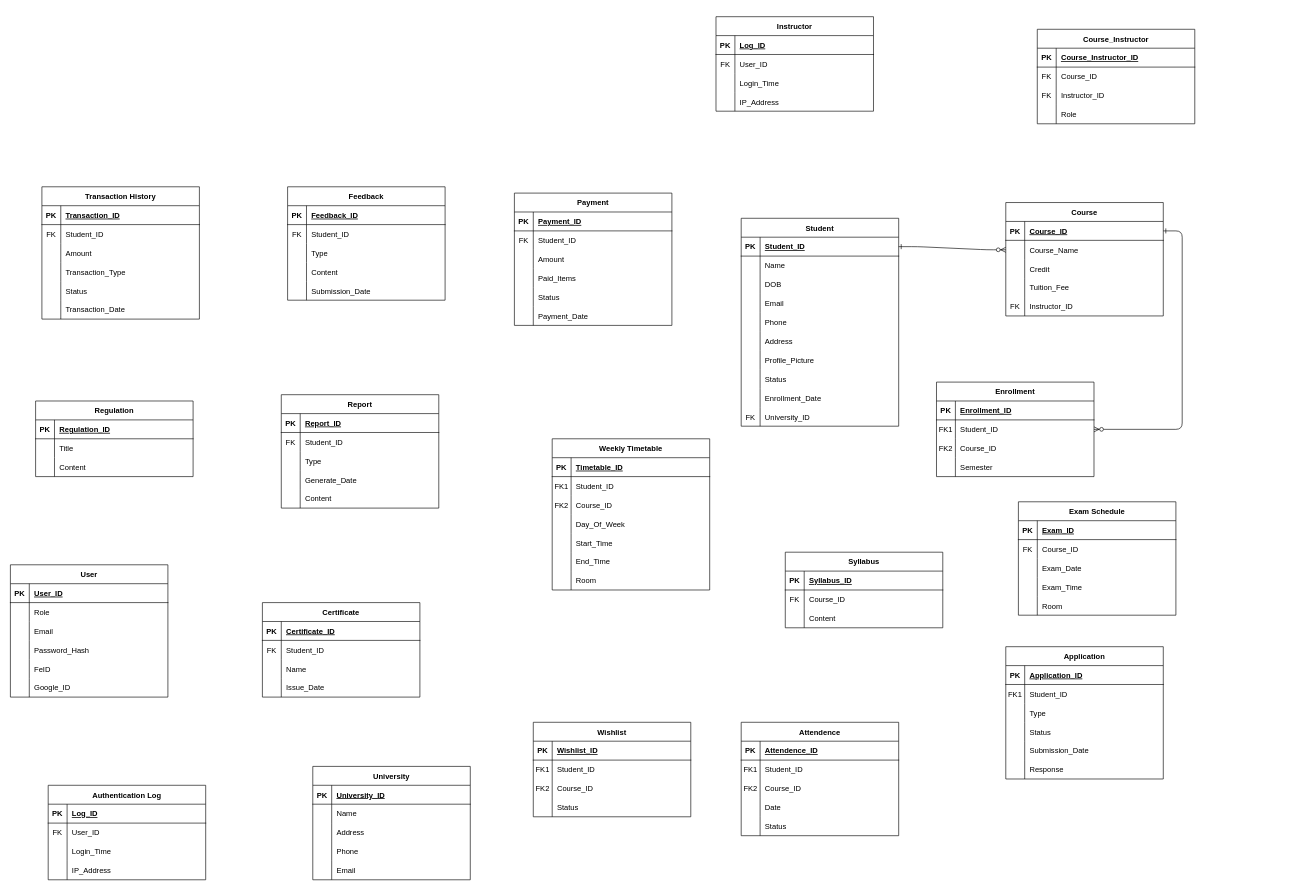
This is fap.fpt.edu.vn.drawio from QuanTran05/ERD, a draw.io file, before an edit. Source tidied: cells renumbered, new cells numbered last; positions are measured from the earlier drawing's top-left corner, leaving out a move shared by most shapes. Both pictures are drawn from the tidied source at 63%, with x=0, y=0 at pixel (10, 16).
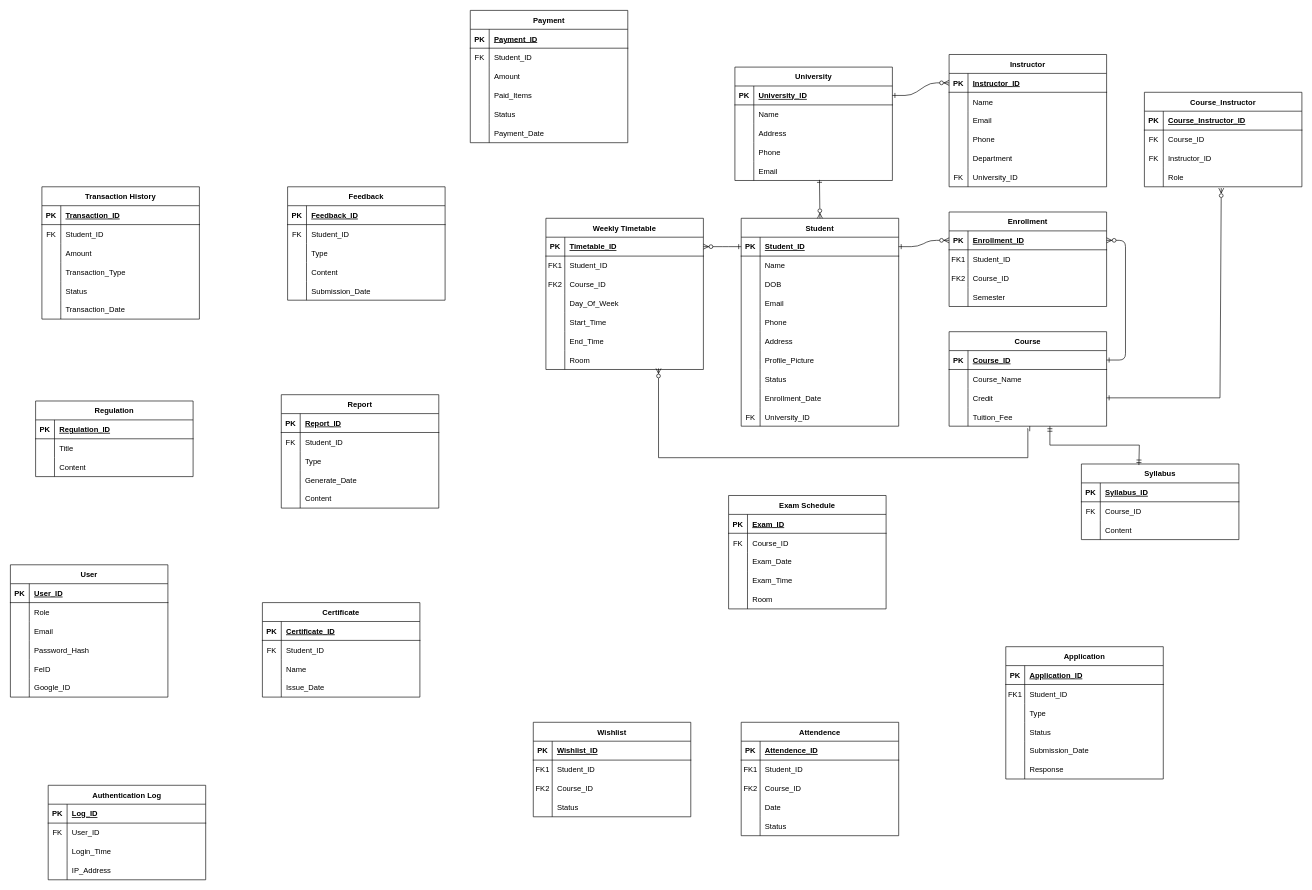
Above is the later version.

Unchanged cells that the change refers to:
```xml
<mxCell id="5" style="shape=partialRectangle;fillColor=none;points=[[0,0.5],[1,0.5]];portConstraint=eastwest;top=0;left=0;right=0;bottom=1;" parent="4" vertex="1">
  <mxGeometry y="30" width="250" height="30" as="geometry" />
</mxCell>
<mxCell id="8" style="shape=partialRectangle;fillColor=none;points=[[0,0.5],[1,0.5]];portConstraint=eastwest;top=0;left=0;right=0;bottom=0;" parent="4" vertex="1">
  <mxGeometry y="60" width="250" height="30" as="geometry" />
</mxCell>
<mxCell id="11" style="shape=partialRectangle;fillColor=none;points=[[0,0.5],[1,0.5]];portConstraint=eastwest;top=0;left=0;right=0;bottom=0;" parent="4" vertex="1">
  <mxGeometry y="90" width="250" height="30" as="geometry" />
</mxCell>
<mxCell id="14" style="shape=partialRectangle;fillColor=none;points=[[0,0.5],[1,0.5]];portConstraint=eastwest;top=0;left=0;right=0;bottom=0;" parent="4" vertex="1">
  <mxGeometry y="120" width="250" height="30" as="geometry" />
</mxCell>
<mxCell id="21" style="shape=partialRectangle;fillColor=none;points=[[0,0.5],[1,0.5]];portConstraint=eastwest;top=0;left=0;right=0;bottom=1;" parent="20" vertex="1">
  <mxGeometry y="30" width="250" height="30" as="geometry" />
</mxCell>
<mxCell id="24" style="shape=partialRectangle;fillColor=none;points=[[0,0.5],[1,0.5]];portConstraint=eastwest;top=0;left=0;right=0;bottom=0;" parent="20" vertex="1">
  <mxGeometry y="60" width="250" height="30" as="geometry" />
</mxCell>
<mxCell id="33" value="Student" style="shape=table;startSize=30;childLayout=tableLayout;rowLines=0;fontStyle=1;align=center;" parent="1" vertex="1">
  <mxGeometry x="1160" y="320" width="250" height="330" as="geometry" />
</mxCell>
<mxCell id="34" style="shape=partialRectangle;fillColor=none;points=[[0,0.5],[1,0.5]];portConstraint=eastwest;top=0;left=0;right=0;bottom=1;" parent="33" vertex="1">
  <mxGeometry y="30" width="250" height="30" as="geometry" />
</mxCell>
<mxCell id="65" style="shape=partialRectangle;fillColor=none;points=[[0,0.5],[1,0.5]];portConstraint=eastwest;top=0;left=0;right=0;bottom=1;" parent="64" vertex="1">
  <mxGeometry y="30" width="250" height="30" as="geometry" />
</mxCell>
<mxCell id="83" style="shape=partialRectangle;fillColor=none;points=[[0,0.5],[1,0.5]];portConstraint=eastwest;top=0;left=0;right=0;bottom=0;" parent="64" vertex="1">
  <mxGeometry y="210" width="250" height="30" as="geometry" />
</mxCell>
<mxCell id="286" style="shape=partialRectangle;fillColor=none;points=[[0,0.5],[1,0.5]];portConstraint=eastwest;top=0;left=0;right=0;bottom=1;" parent="285" vertex="1">
  <mxGeometry y="30" width="250" height="30" as="geometry" />
</mxCell>
<mxCell id="298" style="shape=partialRectangle;fillColor=none;points=[[0,0.5],[1,0.5]];portConstraint=eastwest;top=0;left=0;right=0;bottom=0;" parent="285" vertex="1">
  <mxGeometry y="150" width="250" height="30" as="geometry" />
</mxCell>
<mxCell id="302" style="shape=partialRectangle;fillColor=none;points=[[0,0.5],[1,0.5]];portConstraint=eastwest;top=0;left=0;right=0;bottom=1;" parent="301" vertex="1">
  <mxGeometry y="30" width="250" height="30" as="geometry" />
</mxCell>
<mxCell id="305" style="shape=partialRectangle;fillColor=none;top=0;left=0;right=0;bottom=0;" parent="301" vertex="1">
  <mxGeometry y="60" width="250" height="30" as="geometry" />
</mxCell>
<mxCell id="308" style="shape=partialRectangle;fillColor=none;top=0;left=0;right=0;bottom=0;" parent="301" vertex="1">
  <mxGeometry y="90" width="250" height="30" as="geometry" />
</mxCell>
<mxCell id="311" style="shape=partialRectangle;fillColor=none;top=0;left=0;right=0;bottom=0;" parent="301" vertex="1">
  <mxGeometry y="120" width="250" height="30" as="geometry" />
</mxCell>
<mxCell id="324" style="shape=partialRectangle;fillColor=none;points=[[0,0.5],[1,0.5]];portConstraint=eastwest;top=0;left=0;right=0;bottom=0;" parent="314" vertex="1">
  <mxGeometry y="120" width="250" height="30" as="geometry" />
</mxCell>
```

Change to the diagram source:
```diff
@@
-    <mxCell id="2" style="edgeStyle=entityRelationEdgeStyle;endArrow=ERzeroToMany;startArrow=ERone;endFill=1;startFill=0;" parent="1" edge="1" source="34" target="8">
-      <mxGeometry relative="1" as="geometry" />
+    <mxCell id="2" style="edgeStyle=entityRelationEdgeStyle;endArrow=ERzeroToMany;startArrow=ERone;endFill=1;startFill=0;exitX=1;exitY=0.5;exitDx=0;exitDy=0;entryX=0;entryY=0.5;entryDx=0;entryDy=0;" parent="1" edge="1" source="34" target="21">
+      <mxGeometry relative="1" as="geometry">
+        <Array as="points">
+          <mxPoint x="1470" y="558" />
+        </Array>
+      </mxGeometry>
     </mxCell>
-    <mxCell id="3" style="edgeStyle=entityRelationEdgeStyle;endArrow=ERzeroToMany;startArrow=ERone;endFill=1;startFill=0;" parent="1" edge="1" source="5" target="24">
+    <mxCell id="3" style="edgeStyle=entityRelationEdgeStyle;endArrow=ERzeroToMany;startArrow=ERone;endFill=1;startFill=0;entryX=1;entryY=0.5;entryDx=0;entryDy=0;" parent="1" edge="1" source="5" target="21">
       <mxGeometry relative="1" as="geometry" />
     </mxCell>
     <mxCell id="4" value="Course" style="shape=table;startSize=30;childLayout=tableLayout;rowLines=0;fontStyle=1;align=center;" parent="1" vertex="1">
-      <mxGeometry x="1580" y="295" width="250" height="180" as="geometry" />
+      <mxGeometry x="1490" y="500" width="250" height="150" as="geometry" />
     </mxCell>
@@
-    <mxCell id="17" style="shape=partialRectangle;fillColor=none;top=0;left=0;right=0;bottom=0;" parent="4" vertex="1">
-      <mxGeometry y="150" width="250" height="30" as="geometry" />
-    </mxCell>
-    <mxCell id="18" value="FK" style="shape=partialRectangle;overflow=hidden;fillColor=none;top=0;left=0;bottom=0;right=0;" parent="17" vertex="1">
-      <mxGeometry width="30" height="30" as="geometry" />
-    </mxCell>
-    <mxCell id="19" value="Instructor_ID" style="shape=partialRectangle;overflow=hidden;fillColor=none;top=0;left=0;bottom=0;right=0;align=left;spacingLeft=6;" parent="17" vertex="1">
-      <mxGeometry x="30" width="220" height="30" as="geometry" />
-    </mxCell>
     <mxCell id="20" value="Enrollment" style="shape=table;startSize=30;childLayout=tableLayout;rowLines=0;fontStyle=1;align=center;" parent="1" vertex="1">
-      <mxGeometry x="1470" y="580" width="250" height="150" as="geometry" />
+      <mxGeometry x="1490" y="310" width="250" height="150" as="geometry" />
     </mxCell>
@@
     <mxCell id="64" value="Weekly Timetable" style="shape=table;startSize=30;childLayout=tableLayout;rowLines=0;fontStyle=1;align=center;" parent="1" vertex="1">
-      <mxGeometry x="860" y="670" width="250" height="240" as="geometry" />
+      <mxGeometry x="850" y="320" width="250" height="240" as="geometry" />
     </mxCell>
@@
     <mxCell id="86" value="Exam Schedule" style="shape=table;startSize=30;childLayout=tableLayout;rowLines=0;fontStyle=1;align=center;" parent="1" vertex="1">
-      <mxGeometry x="1600" y="770" width="250" height="180" as="geometry" />
+      <mxGeometry x="1140" y="760" width="250" height="180" as="geometry" />
     </mxCell>
@@
     <mxCell id="102" value="Syllabus" style="shape=table;startSize=30;childLayout=tableLayout;rowLines=0;fontStyle=1;align=center;" parent="1" vertex="1">
-      <mxGeometry x="1230" y="850" width="250" height="120" as="geometry" />
+      <mxGeometry x="1700" y="710" width="250" height="120" as="geometry" />
     </mxCell>
@@
     <mxCell id="147" value="Payment" style="shape=table;startSize=30;childLayout=tableLayout;rowLines=0;fontStyle=1;align=center;" parent="1" vertex="1">
-      <mxGeometry x="800" y="280" width="250" height="210" as="geometry" />
+      <mxGeometry x="730" y="-10" width="250" height="210" as="geometry" />
     </mxCell>
@@
     <mxCell id="285" value="University" style="shape=table;startSize=30;childLayout=tableLayout;rowLines=0;fontStyle=1;align=center;" parent="1" vertex="1">
-      <mxGeometry x="480" y="1190" width="250" height="180" as="geometry" />
+      <mxGeometry x="1150" y="80" width="250" height="180" as="geometry" />
     </mxCell>
@@
     <mxCell id="301" value="Instructor" style="shape=table;startSize=30;childLayout=tableLayout;rowLines=0;fontStyle=1;align=center;" parent="1" vertex="1">
-      <mxGeometry x="1120" width="250" height="150" as="geometry" />
+      <mxGeometry x="1490" y="60" width="250" height="210" as="geometry" />
     </mxCell>
@@
-    <mxCell id="304" value="Log_ID" style="shape=partialRectangle;overflow=hidden;fillColor=none;top=0;left=0;bottom=0;right=0;align=left;spacingLeft=6;fontStyle=5;" parent="302" vertex="1">
+    <mxCell id="304" value="Instructor_ID" style="shape=partialRectangle;overflow=hidden;fillColor=none;top=0;left=0;bottom=0;right=0;align=left;spacingLeft=6;fontStyle=5;" parent="302" vertex="1">
       <mxGeometry x="30" width="220" height="30" as="geometry" />
     </mxCell>
@@
-    <mxCell id="306" value="FK" style="shape=partialRectangle;overflow=hidden;fillColor=none;top=0;left=0;bottom=0;right=0;" parent="305" vertex="1">
+    <mxCell id="306" style="shape=partialRectangle;overflow=hidden;fillColor=none;top=0;left=0;bottom=0;right=0;" parent="305" vertex="1">
       <mxGeometry width="30" height="30" as="geometry" />
     </mxCell>
-    <mxCell id="307" value="User_ID" style="shape=partialRectangle;overflow=hidden;fillColor=none;top=0;left=0;bottom=0;right=0;align=left;spacingLeft=6;" parent="305" vertex="1">
+    <mxCell id="307" value="Name" style="shape=partialRectangle;overflow=hidden;fillColor=none;top=0;left=0;bottom=0;right=0;align=left;spacingLeft=6;" parent="305" vertex="1">
       <mxGeometry x="30" width="220" height="30" as="geometry" />
     </mxCell>
@@
-    <mxCell id="310" value="Login_Time" style="shape=partialRectangle;overflow=hidden;fillColor=none;top=0;left=0;bottom=0;right=0;align=left;spacingLeft=6;" parent="308" vertex="1">
+    <mxCell id="310" value="Email" style="shape=partialRectangle;overflow=hidden;fillColor=none;top=0;left=0;bottom=0;right=0;align=left;spacingLeft=6;" parent="308" vertex="1">
       <mxGeometry x="30" width="220" height="30" as="geometry" />
     </mxCell>
@@
-    <mxCell id="313" value="IP_Address" style="shape=partialRectangle;overflow=hidden;fillColor=none;top=0;left=0;bottom=0;right=0;align=left;spacingLeft=6;" parent="311" vertex="1">
+    <mxCell id="313" value="Phone" style="shape=partialRectangle;overflow=hidden;fillColor=none;top=0;left=0;bottom=0;right=0;align=left;spacingLeft=6;" parent="311" vertex="1">
       <mxGeometry x="30" width="220" height="30" as="geometry" />
     </mxCell>
+    <mxCell id="17" style="shape=partialRectangle;fillColor=none;top=0;left=0;right=0;bottom=0;" parent="301" vertex="1">
+      <mxGeometry y="150" width="250" height="30" as="geometry" />
+    </mxCell>
+    <mxCell id="327" style="shape=partialRectangle;overflow=hidden;fillColor=none;top=0;left=0;bottom=0;right=0;" parent="17" vertex="1">
+      <mxGeometry width="30" height="30" as="geometry" />
+    </mxCell>
+    <mxCell id="328" value="Department" style="shape=partialRectangle;overflow=hidden;fillColor=none;top=0;left=0;bottom=0;right=0;align=left;spacingLeft=6;" parent="17" vertex="1">
+      <mxGeometry x="30" width="220" height="30" as="geometry" />
+    </mxCell>
+    <mxCell id="329" style="shape=partialRectangle;fillColor=none;top=0;left=0;right=0;bottom=0;" parent="301" vertex="1">
+      <mxGeometry y="180" width="250" height="30" as="geometry" />
+    </mxCell>
+    <mxCell id="18" value="FK" style="shape=partialRectangle;overflow=hidden;fillColor=none;top=0;left=0;bottom=0;right=0;" parent="329" vertex="1">
+      <mxGeometry width="30" height="30" as="geometry" />
+    </mxCell>
+    <mxCell id="330" value="University_ID" style="shape=partialRectangle;overflow=hidden;fillColor=none;top=0;left=0;bottom=0;right=0;align=left;spacingLeft=6;" parent="329" vertex="1">
+      <mxGeometry x="30" width="220" height="30" as="geometry" />
+    </mxCell>
     <mxCell id="314" value="Course_Instructor" style="shape=table;startSize=30;childLayout=tableLayout;rowLines=0;fontStyle=1;align=center;" parent="1" vertex="1">
-      <mxGeometry x="1630" y="20" width="250" height="150" as="geometry" />
+      <mxGeometry x="1800" y="120" width="250" height="150" as="geometry" />
     </mxCell>
@@
+    <mxCell id="331" style="edgeStyle=entityRelationEdgeStyle;endArrow=ERzeroToMany;startArrow=ERone;endFill=1;startFill=0;entryX=1;entryY=0.5;entryDx=0;entryDy=0;exitX=0;exitY=0.5;exitDx=0;exitDy=0;" parent="1" edge="1" source="34" target="65">
+      <mxGeometry relative="1" as="geometry">
+        <Array as="points">
+          <mxPoint x="1102" y="472" />
+        </Array>
+      </mxGeometry>
+    </mxCell>
+    <mxCell id="332" style="edgeStyle=orthogonalEdgeStyle;rounded=0;jettySize=auto;html=1;startArrow=ERone;startFill=0;endArrow=ERzeroToMany;endFill=0;entryX=0.715;entryY=0.943;entryDx=0;entryDy=0;entryPerimeter=0;exitX=0.496;exitY=1.133;exitDx=0;exitDy=0;exitPerimeter=0;" parent="1" edge="1" source="14" target="83">
+      <mxGeometry relative="1" as="geometry">
+        <Array as="points">
+          <mxPoint x="1615" y="700" />
+          <mxPoint x="1029" y="700" />
+        </Array>
+      </mxGeometry>
+    </mxCell>
+    <mxCell id="333" style="edgeStyle=entityRelationEdgeStyle;endArrow=ERzeroToMany;startArrow=ERone;endFill=1;startFill=0;exitX=1;exitY=0.5;exitDx=0;exitDy=0;entryX=0;entryY=0.5;entryDx=0;entryDy=0;" parent="1" edge="1" source="286" target="302">
+      <mxGeometry relative="1" as="geometry">
+        <Array as="points">
+          <mxPoint x="1380" y="83" />
+        </Array>
+      </mxGeometry>
+    </mxCell>
+    <mxCell id="334" style="endArrow=ERone;html=1;rounded=0;entryX=0.537;entryY=0.965;entryDx=0;entryDy=0;entryPerimeter=0;exitX=0.5;exitY=0;exitDx=0;exitDy=0;startArrow=ERzeroToMany;startFill=0;endFill=0;" parent="1" edge="1" source="33" target="298">
+      <mxGeometry relative="1" as="geometry" />
+    </mxCell>
+    <mxCell id="335" style="endArrow=ERzeroToMany;html=1;rounded=0;exitX=1;exitY=0.5;exitDx=0;exitDy=0;startArrow=ERone;startFill=0;endFill=0;entryX=0.488;entryY=1.067;entryDx=0;entryDy=0;entryPerimeter=0;" parent="1" edge="1" source="11" target="324">
+      <mxGeometry relative="1" as="geometry">
+        <Array as="points">
+          <mxPoint x="1920" y="605" />
+        </Array>
+      </mxGeometry>
+    </mxCell>
+    <mxCell id="336" style="endArrow=ERmandOne;html=1;rounded=0;exitX=0.64;exitY=1;exitDx=0;exitDy=0;exitPerimeter=0;entryX=0.365;entryY=0.014;entryDx=0;entryDy=0;entryPerimeter=0;startArrow=ERmandOne;startFill=0;endFill=0;" parent="1" edge="1" source="14" target="102">
+      <mxGeometry relative="1" as="geometry">
+        <Array as="points">
+          <mxPoint x="1650" y="680" />
+          <mxPoint x="1792" y="680" />
+        </Array>
+      </mxGeometry>
+    </mxCell>
```
